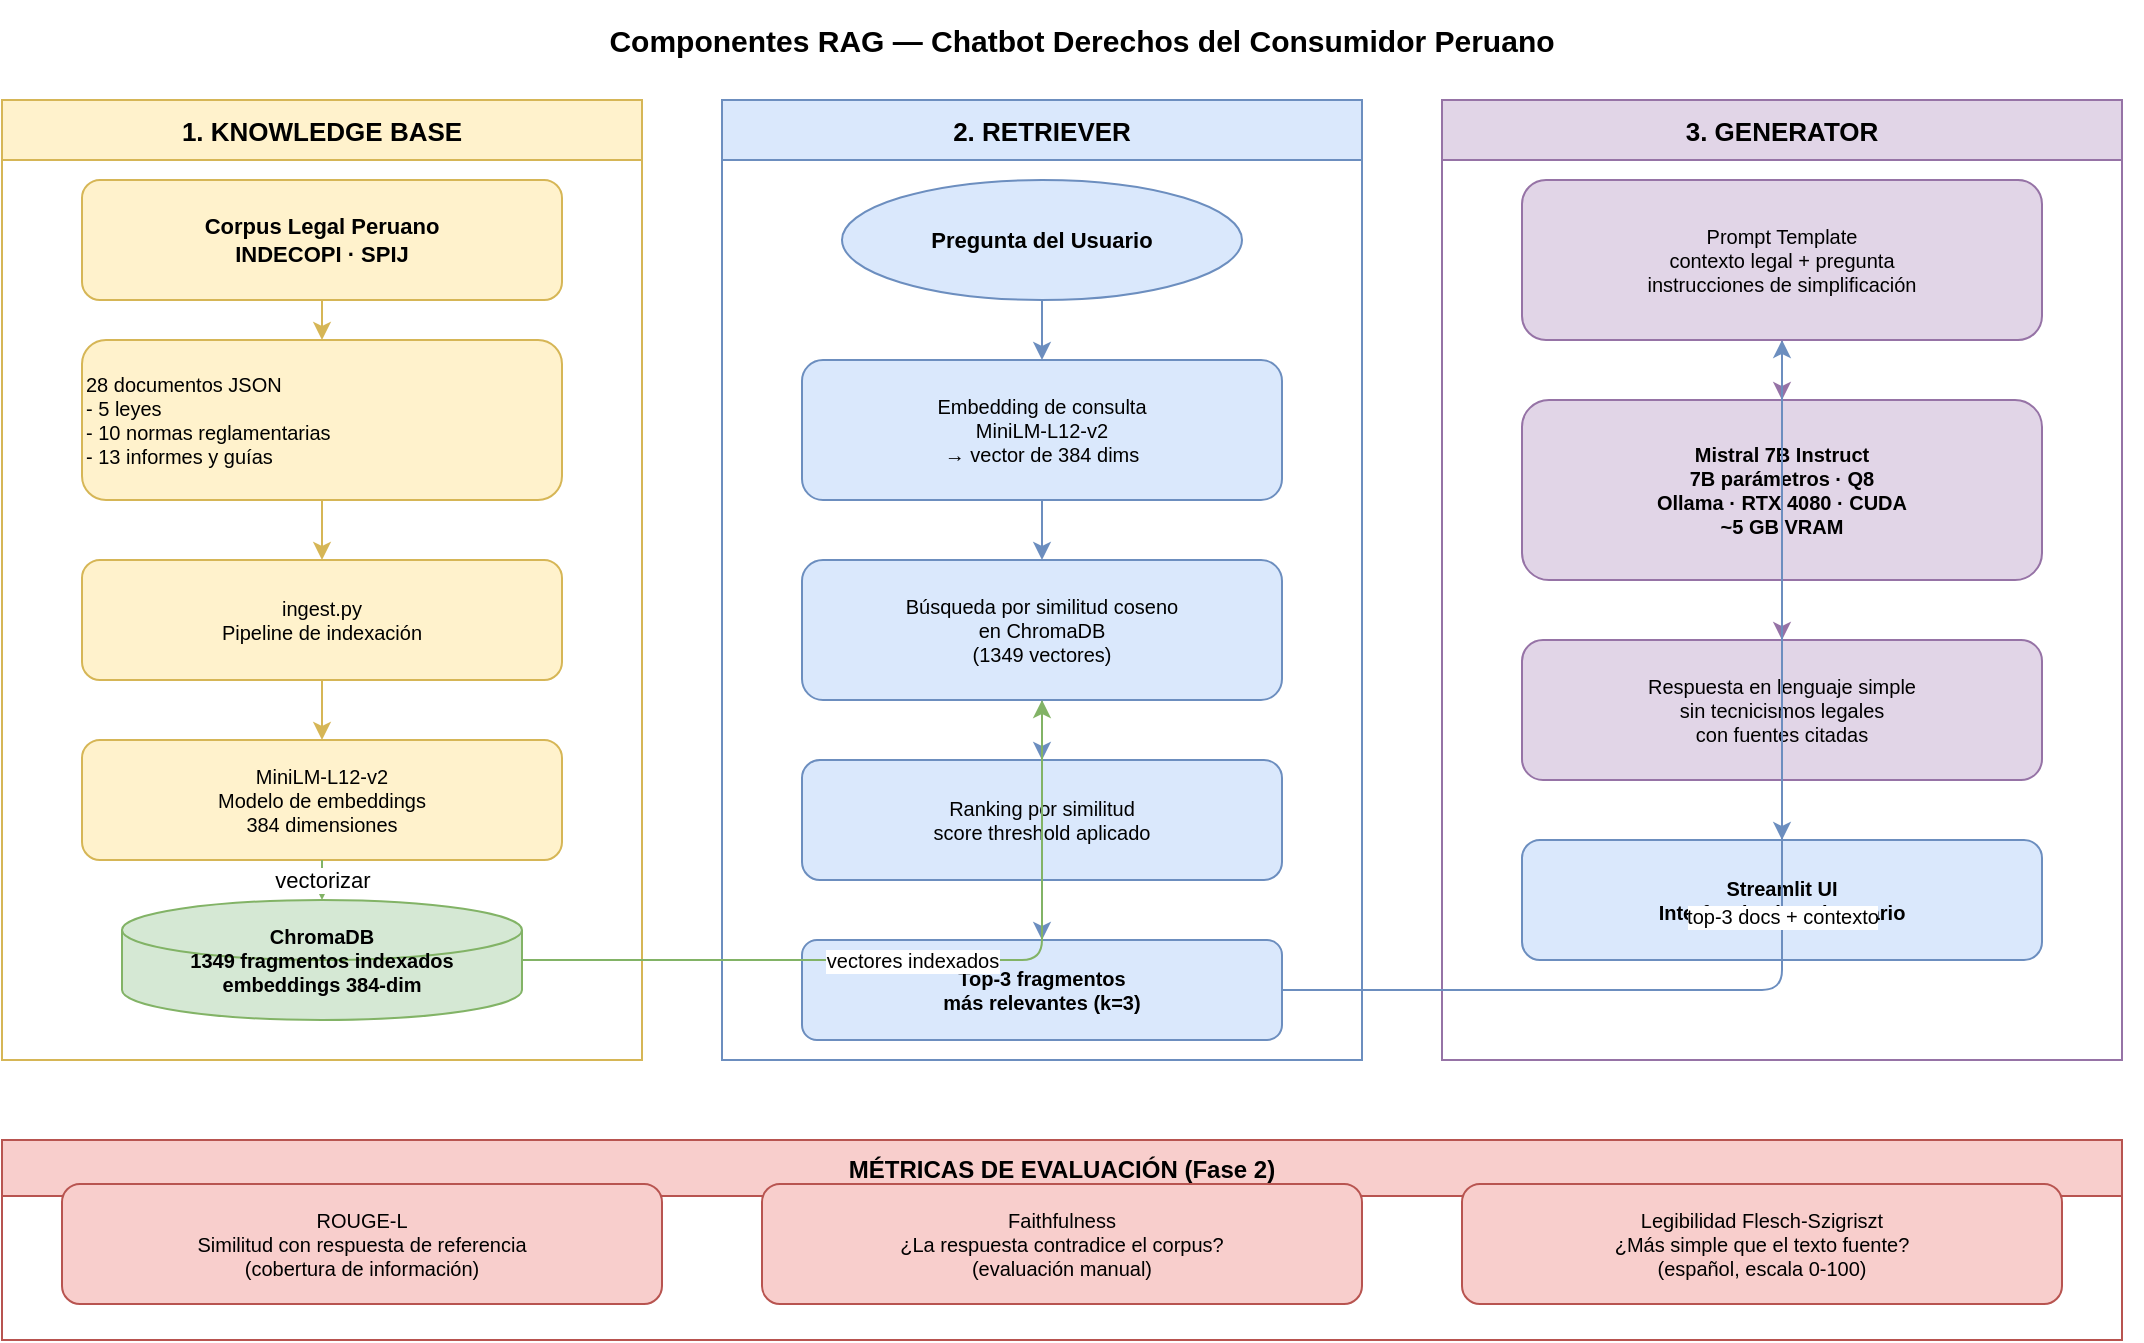
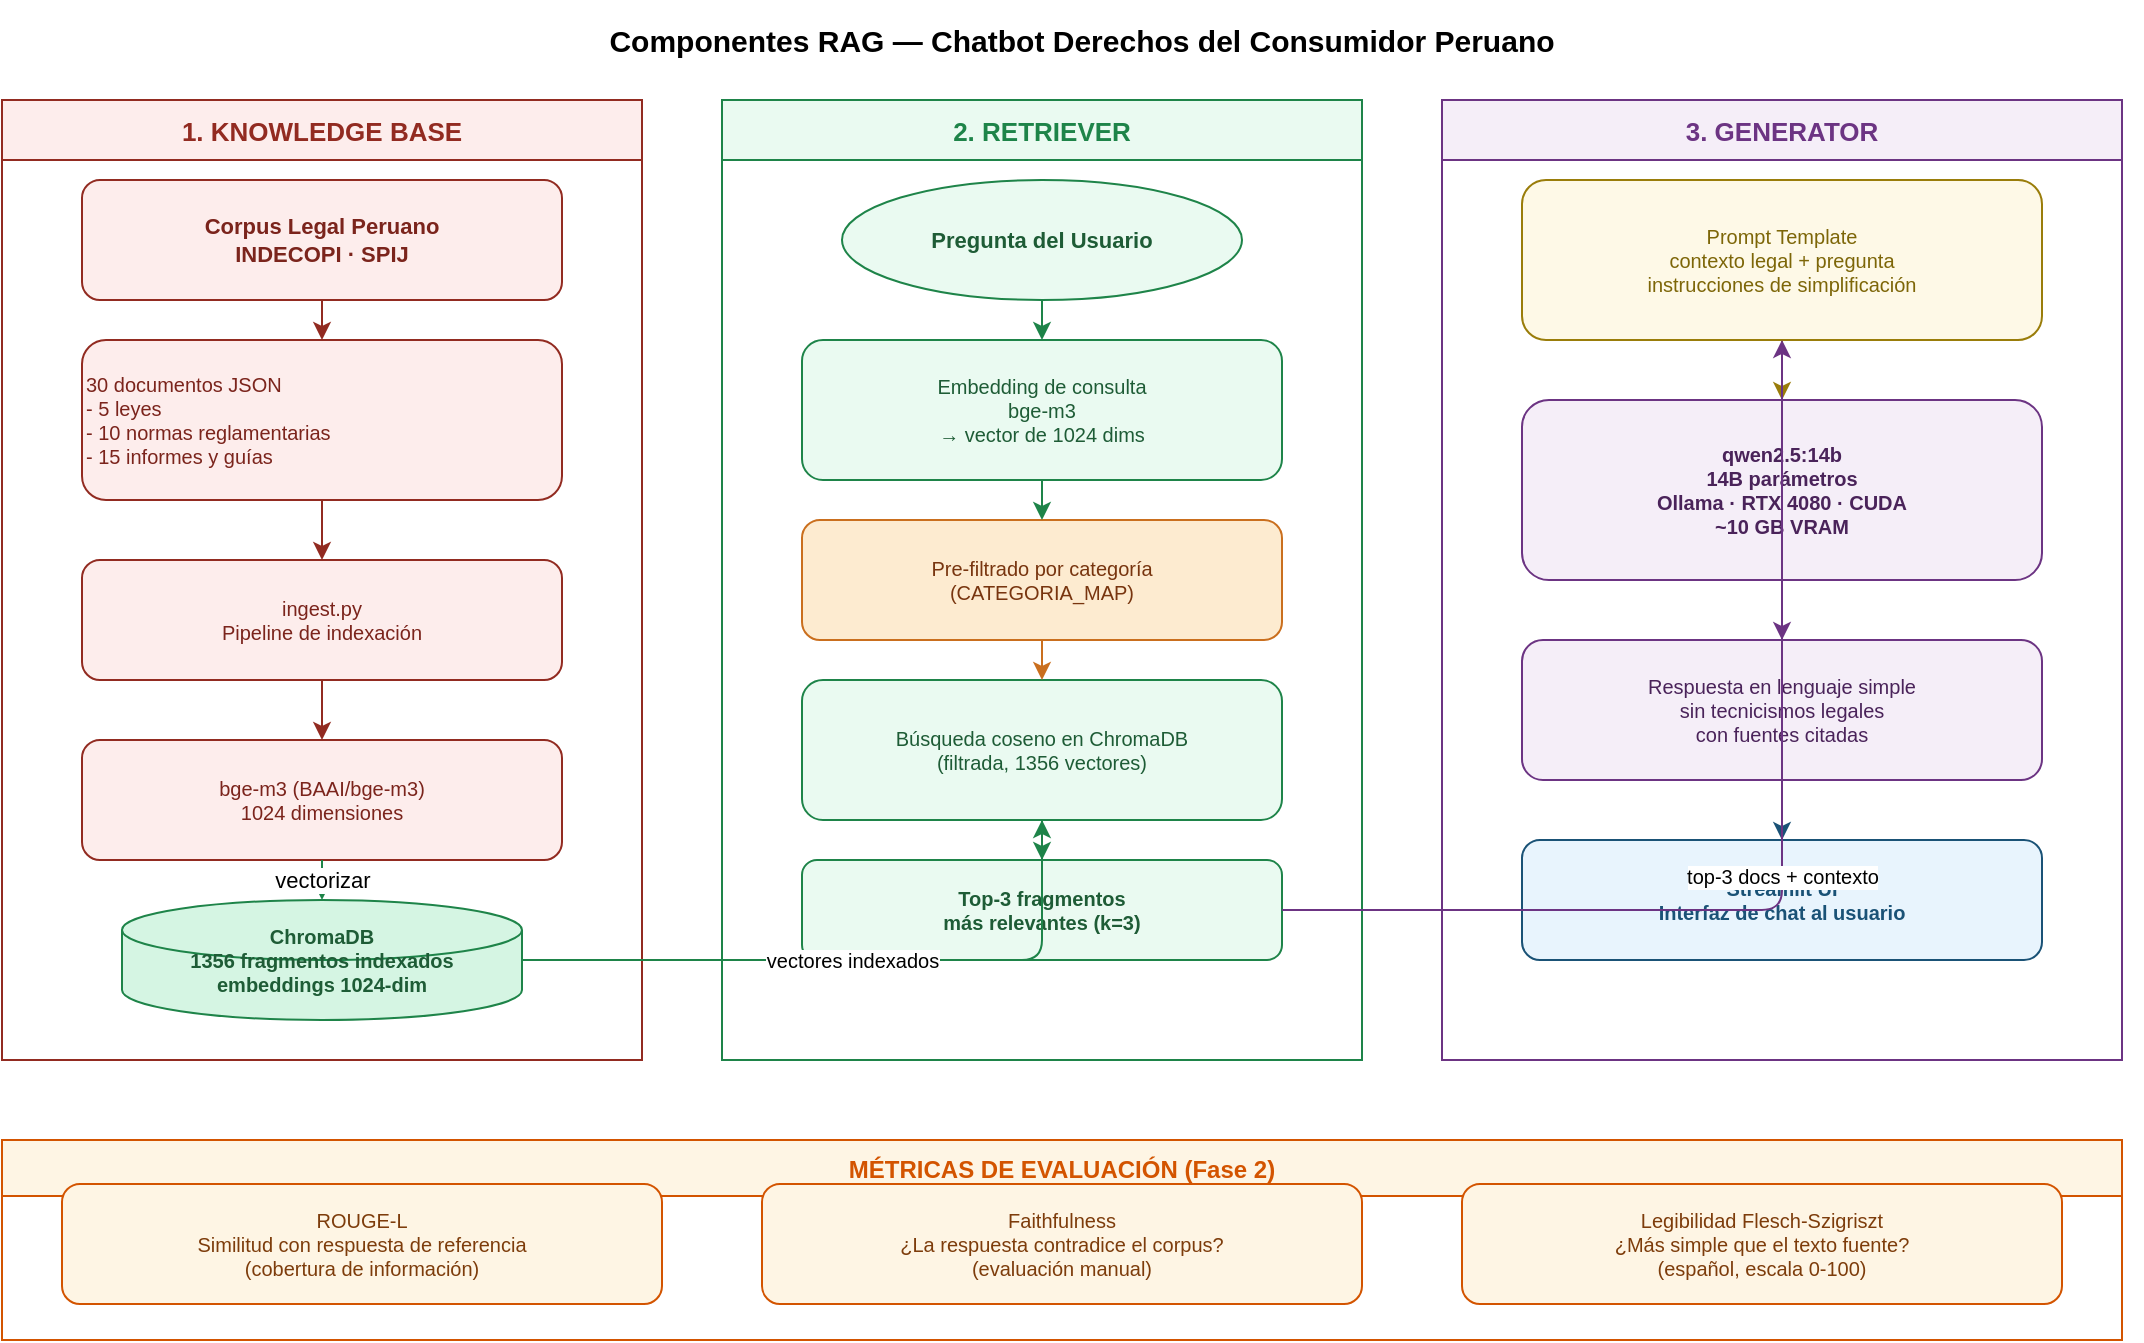
<?xml version="1.0" encoding="UTF-8"?>
<mxfile host="drawio" version="26.0.0">
  <diagram name="Componentes RAG">
    <mxGraphModel dx="1422" dy="762" grid="1" gridSize="10" guides="1" tooltips="1" connect="1" arrows="1" fold="1" page="1" pageScale="1" pageWidth="1169" pageHeight="900" math="0" shadow="0">
      <root>
        <mxCell id="0" />
        <mxCell id="1" parent="0" />

        <mxCell id="2" value="Componentes RAG — Chatbot Derechos del Consumidor Peruano" style="text;html=1;strokeColor=none;fillColor=none;align=center;verticalAlign=middle;whiteSpace=wrap;rounded=0;fontSize=15;fontStyle=1;" vertex="1" parent="1">
          <mxGeometry x="40" y="10" width="1060" height="40" as="geometry" />
        </mxCell>

-         <!-- COMPONENTE 1: KNOWLEDGE BASE -->
-         <mxCell id="3" value="1. KNOWLEDGE BASE" style="swimlane;startSize=30;fillColor=#fff2cc;strokeColor=#d6b656;fontStyle=1;fontSize=13;" vertex="1" parent="1">
+         <!-- COMPONENTE 1: KNOWLEDGE BASE — rojo INDECOPI -->
+         <mxCell id="3" value="1. KNOWLEDGE BASE" style="swimlane;startSize=30;fillColor=#fdedec;strokeColor=#922b21;fontStyle=1;fontSize=13;fontColor=#922b21;" vertex="1" parent="1">
          <mxGeometry x="30" y="60" width="320" height="480" as="geometry" />
        </mxCell>

-         <mxCell id="4" value="Corpus Legal Peruano&#xa;INDECOPI · SPIJ" style="rounded=1;whiteSpace=wrap;html=1;fillColor=#fff2cc;strokeColor=#d6b656;fontStyle=1;fontSize=11;" vertex="1" parent="3">
+         <mxCell id="4" value="Corpus Legal Peruano&#xa;INDECOPI · SPIJ" style="rounded=1;whiteSpace=wrap;html=1;fillColor=#fdedec;strokeColor=#922b21;fontStyle=1;fontSize=11;fontColor=#7b241c;" vertex="1" parent="3">
          <mxGeometry x="40" y="40" width="240" height="60" as="geometry" />
        </mxCell>

-         <mxCell id="5" value="28 documentos JSON&#xa;- 5 leyes&#xa;- 10 normas reglamentarias&#xa;- 13 informes y guías" style="rounded=1;whiteSpace=wrap;html=1;fillColor=#fff2cc;strokeColor=#d6b656;fontSize=10;align=left;" vertex="1" parent="3">
+         <mxCell id="5" value="30 documentos JSON&#xa;- 5 leyes&#xa;- 10 normas reglamentarias&#xa;- 15 informes y guías" style="rounded=1;whiteSpace=wrap;html=1;fillColor=#fdedec;strokeColor=#922b21;fontSize=10;align=left;fontColor=#7b241c;" vertex="1" parent="3">
          <mxGeometry x="40" y="120" width="240" height="80" as="geometry" />
        </mxCell>

-         <mxCell id="6" value="ingest.py&#xa;Pipeline de indexación" style="rounded=1;whiteSpace=wrap;html=1;fillColor=#fff2cc;strokeColor=#d6b656;fontSize=10;" vertex="1" parent="3">
+         <mxCell id="6" value="ingest.py&#xa;Pipeline de indexación" style="rounded=1;whiteSpace=wrap;html=1;fillColor=#fdedec;strokeColor=#922b21;fontSize=10;fontColor=#7b241c;" vertex="1" parent="3">
          <mxGeometry x="40" y="230" width="240" height="60" as="geometry" />
        </mxCell>

-         <mxCell id="7" value="MiniLM-L12-v2&#xa;Modelo de embeddings&#xa;384 dimensiones" style="rounded=1;whiteSpace=wrap;html=1;fillColor=#fff2cc;strokeColor=#d6b656;fontSize=10;" vertex="1" parent="3">
+         <mxCell id="7" value="bge-m3 (BAAI/bge-m3)&#xa;1024 dimensiones" style="rounded=1;whiteSpace=wrap;html=1;fillColor=#fdedec;strokeColor=#922b21;fontSize=10;fontColor=#7b241c;" vertex="1" parent="3">
          <mxGeometry x="40" y="320" width="240" height="60" as="geometry" />
        </mxCell>

-         <mxCell id="8" value="ChromaDB&#xa;1349 fragmentos indexados&#xa;embeddings 384-dim" style="shape=cylinder3;whiteSpace=wrap;html=1;fillColor=#d5e8d4;strokeColor=#82b366;fontStyle=1;fontSize=10;" vertex="1" parent="3">
+         <!-- KB ChromaDB — verde oscuro -->
+         <mxCell id="8" value="ChromaDB&#xa;1356 fragmentos indexados&#xa;embeddings 1024-dim" style="shape=cylinder3;whiteSpace=wrap;html=1;fillColor=#d5f5e3;strokeColor=#1e8449;fontStyle=1;fontSize=10;fontColor=#1e5c36;" vertex="1" parent="3">
          <mxGeometry x="60" y="400" width="200" height="60" as="geometry" />
        </mxCell>

        <!-- Flechas dentro de KB -->
-         <mxCell id="9" value="" style="edgeStyle=orthogonalEdgeStyle;rounded=1;orthogonalLoop=1;jettySize=auto;html=1;strokeColor=#d6b656;" edge="1" parent="3" source="4" target="5">
+         <mxCell id="9" value="" style="edgeStyle=orthogonalEdgeStyle;rounded=1;orthogonalLoop=1;jettySize=auto;html=1;strokeColor=#922b21;" edge="1" parent="3" source="4" target="5">
          <mxGeometry relative="1" as="geometry" />
        </mxCell>
-         <mxCell id="10" value="" style="edgeStyle=orthogonalEdgeStyle;rounded=1;orthogonalLoop=1;jettySize=auto;html=1;strokeColor=#d6b656;" edge="1" parent="3" source="5" target="6">
+         <mxCell id="10" value="" style="edgeStyle=orthogonalEdgeStyle;rounded=1;orthogonalLoop=1;jettySize=auto;html=1;strokeColor=#922b21;" edge="1" parent="3" source="5" target="6">
          <mxGeometry relative="1" as="geometry" />
        </mxCell>
-         <mxCell id="11" value="" style="edgeStyle=orthogonalEdgeStyle;rounded=1;orthogonalLoop=1;jettySize=auto;html=1;strokeColor=#d6b656;" edge="1" parent="3" source="6" target="7">
+         <mxCell id="11" value="" style="edgeStyle=orthogonalEdgeStyle;rounded=1;orthogonalLoop=1;jettySize=auto;html=1;strokeColor=#922b21;" edge="1" parent="3" source="6" target="7">
          <mxGeometry relative="1" as="geometry" />
        </mxCell>
-         <mxCell id="12" value="vectorizar" style="edgeStyle=orthogonalEdgeStyle;rounded=1;orthogonalLoop=1;jettySize=auto;html=1;strokeColor=#82b366;" edge="1" parent="3" source="7" target="8">
+         <mxCell id="12" value="vectorizar" style="edgeStyle=orthogonalEdgeStyle;rounded=1;orthogonalLoop=1;jettySize=auto;html=1;strokeColor=#1e8449;" edge="1" parent="3" source="7" target="8">
          <mxGeometry relative="1" as="geometry" />
        </mxCell>

-         <!-- COMPONENTE 2: RETRIEVER -->
-         <mxCell id="13" value="2. RETRIEVER" style="swimlane;startSize=30;fillColor=#dae8fc;strokeColor=#6c8ebf;fontStyle=1;fontSize=13;" vertex="1" parent="1">
+         <!-- COMPONENTE 2: RETRIEVER — verde legal -->
+         <mxCell id="13" value="2. RETRIEVER" style="swimlane;startSize=30;fillColor=#eafaf1;strokeColor=#1e8449;fontStyle=1;fontSize=13;fontColor=#1e8449;" vertex="1" parent="1">
          <mxGeometry x="390" y="60" width="320" height="480" as="geometry" />
        </mxCell>

-         <mxCell id="14" value="Pregunta del Usuario" style="ellipse;whiteSpace=wrap;html=1;fillColor=#dae8fc;strokeColor=#6c8ebf;fontStyle=1;fontSize=11;" vertex="1" parent="13">
+         <mxCell id="14" value="Pregunta del Usuario" style="ellipse;whiteSpace=wrap;html=1;fillColor=#eafaf1;strokeColor=#1e8449;fontStyle=1;fontSize=11;fontColor=#1e5c36;" vertex="1" parent="13">
          <mxGeometry x="60" y="40" width="200" height="60" as="geometry" />
        </mxCell>

-         <mxCell id="15" value="Embedding de consulta&#xa;MiniLM-L12-v2&#xa;→ vector de 384 dims" style="rounded=1;whiteSpace=wrap;html=1;fillColor=#dae8fc;strokeColor=#6c8ebf;fontSize=10;" vertex="1" parent="13">
-           <mxGeometry x="40" y="130" width="240" height="70" as="geometry" />
+         <mxCell id="15" value="Embedding de consulta&#xa;bge-m3&#xa;→ vector de 1024 dims" style="rounded=1;whiteSpace=wrap;html=1;fillColor=#eafaf1;strokeColor=#1e8449;fontSize=10;fontColor=#1e5c36;" vertex="1" parent="13">
+           <mxGeometry x="40" y="120" width="240" height="70" as="geometry" />
        </mxCell>

-         <mxCell id="16" value="Búsqueda por similitud coseno&#xa;en ChromaDB&#xa;(1349 vectores)" style="rounded=1;whiteSpace=wrap;html=1;fillColor=#dae8fc;strokeColor=#6c8ebf;fontSize=10;" vertex="1" parent="13">
-           <mxGeometry x="40" y="230" width="240" height="70" as="geometry" />
+         <!-- Pre-filtrado — terracota -->
+         <mxCell id="60" value="Pre-filtrado por categoría&#xa;(CATEGORIA_MAP)" style="rounded=1;whiteSpace=wrap;html=1;fillColor=#fdebd0;strokeColor=#ca6f1e;fontSize=10;fontColor=#78350f;" vertex="1" parent="13">
+           <mxGeometry x="40" y="210" width="240" height="60" as="geometry" />
        </mxCell>

-         <mxCell id="17" value="Ranking por similitud&#xa;score threshold aplicado" style="rounded=1;whiteSpace=wrap;html=1;fillColor=#dae8fc;strokeColor=#6c8ebf;fontSize=10;" vertex="1" parent="13">
-           <mxGeometry x="40" y="330" width="240" height="60" as="geometry" />
+         <mxCell id="16" value="Búsqueda coseno en ChromaDB&#xa;(filtrada, 1356 vectores)" style="rounded=1;whiteSpace=wrap;html=1;fillColor=#eafaf1;strokeColor=#1e8449;fontSize=10;fontColor=#1e5c36;" vertex="1" parent="13">
+           <mxGeometry x="40" y="290" width="240" height="70" as="geometry" />
        </mxCell>

-         <mxCell id="18" value="Top-3 fragmentos&#xa;más relevantes (k=3)" style="rounded=1;whiteSpace=wrap;html=1;fillColor=#dae8fc;strokeColor=#6c8ebf;fontStyle=1;fontSize=10;" vertex="1" parent="13">
-           <mxGeometry x="40" y="420" width="240" height="50" as="geometry" />
+         <mxCell id="18" value="Top-3 fragmentos&#xa;más relevantes (k=3)" style="rounded=1;whiteSpace=wrap;html=1;fillColor=#eafaf1;strokeColor=#1e8449;fontStyle=1;fontSize=10;fontColor=#1e5c36;" vertex="1" parent="13">
+           <mxGeometry x="40" y="380" width="240" height="50" as="geometry" />
        </mxCell>

        <!-- Flechas dentro de Retriever -->
-         <mxCell id="19" value="" style="edgeStyle=orthogonalEdgeStyle;rounded=1;orthogonalLoop=1;jettySize=auto;html=1;strokeColor=#6c8ebf;" edge="1" parent="13" source="14" target="15">
+         <mxCell id="19" value="" style="edgeStyle=orthogonalEdgeStyle;rounded=1;orthogonalLoop=1;jettySize=auto;html=1;strokeColor=#1e8449;" edge="1" parent="13" source="14" target="15">
          <mxGeometry relative="1" as="geometry" />
        </mxCell>
-         <mxCell id="20" value="" style="edgeStyle=orthogonalEdgeStyle;rounded=1;orthogonalLoop=1;jettySize=auto;html=1;strokeColor=#6c8ebf;" edge="1" parent="13" source="15" target="16">
+         <mxCell id="20" value="" style="edgeStyle=orthogonalEdgeStyle;rounded=1;orthogonalLoop=1;jettySize=auto;html=1;strokeColor=#1e8449;" edge="1" parent="13" source="15" target="60">
          <mxGeometry relative="1" as="geometry" />
        </mxCell>
-         <mxCell id="21" value="" style="edgeStyle=orthogonalEdgeStyle;rounded=1;orthogonalLoop=1;jettySize=auto;html=1;strokeColor=#6c8ebf;" edge="1" parent="13" source="16" target="17">
+         <mxCell id="21" value="" style="edgeStyle=orthogonalEdgeStyle;rounded=1;orthogonalLoop=1;jettySize=auto;html=1;strokeColor=#ca6f1e;" edge="1" parent="13" source="60" target="16">
          <mxGeometry relative="1" as="geometry" />
        </mxCell>
-         <mxCell id="22" value="" style="edgeStyle=orthogonalEdgeStyle;rounded=1;orthogonalLoop=1;jettySize=auto;html=1;strokeColor=#6c8ebf;" edge="1" parent="13" source="17" target="18">
+         <mxCell id="22" value="" style="edgeStyle=orthogonalEdgeStyle;rounded=1;orthogonalLoop=1;jettySize=auto;html=1;strokeColor=#1e8449;" edge="1" parent="13" source="16" target="18">
          <mxGeometry relative="1" as="geometry" />
        </mxCell>

-         <!-- COMPONENTE 3: GENERATOR -->
-         <mxCell id="23" value="3. GENERATOR" style="swimlane;startSize=30;fillColor=#e1d5e7;strokeColor=#9673a6;fontStyle=1;fontSize=13;" vertex="1" parent="1">
+         <!-- COMPONENTE 3: GENERATOR — púrpura -->
+         <mxCell id="23" value="3. GENERATOR" style="swimlane;startSize=30;fillColor=#f5eef8;strokeColor=#6c3483;fontStyle=1;fontSize=13;fontColor=#6c3483;" vertex="1" parent="1">
          <mxGeometry x="750" y="60" width="340" height="480" as="geometry" />
        </mxCell>

-         <mxCell id="24" value="Prompt Template&#xa;contexto legal + pregunta&#xa;instrucciones de simplificación" style="rounded=1;whiteSpace=wrap;html=1;fillColor=#e1d5e7;strokeColor=#9673a6;fontSize=10;" vertex="1" parent="23">
+         <!-- Prompt Template — dorado (orquestación) -->
+         <mxCell id="24" value="Prompt Template&#xa;contexto legal + pregunta&#xa;instrucciones de simplificación" style="rounded=1;whiteSpace=wrap;html=1;fillColor=#fef9e7;strokeColor=#9a7d0a;fontSize=10;fontColor=#7d6608;" vertex="1" parent="23">
          <mxGeometry x="40" y="40" width="260" height="80" as="geometry" />
        </mxCell>

-         <mxCell id="25" value="Mistral 7B Instruct&#xa;7B parámetros · Q8&#xa;Ollama · RTX 4080 · CUDA&#xa;~5 GB VRAM" style="rounded=1;whiteSpace=wrap;html=1;fillColor=#e1d5e7;strokeColor=#9673a6;fontStyle=1;fontSize=10;" vertex="1" parent="23">
+         <!-- qwen2.5:14b — púrpura -->
+         <mxCell id="25" value="qwen2.5:14b&#xa;14B parámetros&#xa;Ollama · RTX 4080 · CUDA&#xa;~10 GB VRAM" style="rounded=1;whiteSpace=wrap;html=1;fillColor=#f5eef8;strokeColor=#6c3483;fontStyle=1;fontSize=10;fontColor=#4a235a;" vertex="1" parent="23">
          <mxGeometry x="40" y="150" width="260" height="90" as="geometry" />
        </mxCell>

-         <mxCell id="26" value="Respuesta en lenguaje simple&#xa;sin tecnicismos legales&#xa;con fuentes citadas" style="rounded=1;whiteSpace=wrap;html=1;fillColor=#e1d5e7;strokeColor=#9673a6;fontSize=10;" vertex="1" parent="23">
+         <mxCell id="26" value="Respuesta en lenguaje simple&#xa;sin tecnicismos legales&#xa;con fuentes citadas" style="rounded=1;whiteSpace=wrap;html=1;fillColor=#f5eef8;strokeColor=#6c3483;fontSize=10;fontColor=#4a235a;" vertex="1" parent="23">
          <mxGeometry x="40" y="270" width="260" height="70" as="geometry" />
        </mxCell>

-         <mxCell id="27" value="Streamlit UI&#xa;Interfaz de chat al usuario" style="rounded=1;whiteSpace=wrap;html=1;fillColor=#dae8fc;strokeColor=#6c8ebf;fontStyle=1;fontSize=10;" vertex="1" parent="23">
+         <!-- Streamlit en Generator — azul profundo -->
+         <mxCell id="27" value="Streamlit UI&#xa;Interfaz de chat al usuario" style="rounded=1;whiteSpace=wrap;html=1;fillColor=#e8f4fd;strokeColor=#1a5276;fontStyle=1;fontSize=10;fontColor=#1a5276;" vertex="1" parent="23">
          <mxGeometry x="40" y="370" width="260" height="60" as="geometry" />
        </mxCell>

        <!-- Flechas dentro de Generator -->
-         <mxCell id="28" value="" style="edgeStyle=orthogonalEdgeStyle;rounded=1;orthogonalLoop=1;jettySize=auto;html=1;strokeColor=#9673a6;" edge="1" parent="23" source="24" target="25">
+         <mxCell id="28" value="" style="edgeStyle=orthogonalEdgeStyle;rounded=1;orthogonalLoop=1;jettySize=auto;html=1;strokeColor=#9a7d0a;" edge="1" parent="23" source="24" target="25">
          <mxGeometry relative="1" as="geometry" />
        </mxCell>
-         <mxCell id="29" value="" style="edgeStyle=orthogonalEdgeStyle;rounded=1;orthogonalLoop=1;jettySize=auto;html=1;strokeColor=#9673a6;" edge="1" parent="23" source="25" target="26">
+         <mxCell id="29" value="" style="edgeStyle=orthogonalEdgeStyle;rounded=1;orthogonalLoop=1;jettySize=auto;html=1;strokeColor=#6c3483;" edge="1" parent="23" source="25" target="26">
          <mxGeometry relative="1" as="geometry" />
        </mxCell>
-         <mxCell id="30" value="" style="edgeStyle=orthogonalEdgeStyle;rounded=1;orthogonalLoop=1;jettySize=auto;html=1;strokeColor=#6c8ebf;" edge="1" parent="23" source="26" target="27">
+         <mxCell id="30" value="" style="edgeStyle=orthogonalEdgeStyle;rounded=1;orthogonalLoop=1;jettySize=auto;html=1;strokeColor=#1a5276;" edge="1" parent="23" source="26" target="27">
          <mxGeometry relative="1" as="geometry" />
        </mxCell>

        <!-- FLECHAS entre componentes -->
-         <mxCell id="40" value="vectores indexados" style="edgeStyle=orthogonalEdgeStyle;rounded=1;orthogonalLoop=1;jettySize=auto;html=1;strokeColor=#82b366;fontStyle=0;fontSize=10;" edge="1" parent="1" source="8" target="16">
+         <mxCell id="40" value="vectores indexados" style="edgeStyle=orthogonalEdgeStyle;rounded=1;orthogonalLoop=1;jettySize=auto;html=1;strokeColor=#1e8449;fontStyle=0;fontSize=10;" edge="1" parent="1" source="8" target="16">
          <mxGeometry relative="1" as="geometry" />
        </mxCell>
-         <mxCell id="41" value="top-3 docs + contexto" style="edgeStyle=orthogonalEdgeStyle;rounded=1;orthogonalLoop=1;jettySize=auto;html=1;strokeColor=#6c8ebf;fontSize=10;" edge="1" parent="1" source="18" target="24">
+         <mxCell id="41" value="top-3 docs + contexto" style="edgeStyle=orthogonalEdgeStyle;rounded=1;orthogonalLoop=1;jettySize=auto;html=1;strokeColor=#6c3483;fontSize=10;" edge="1" parent="1" source="18" target="24">
          <mxGeometry relative="1" as="geometry" />
        </mxCell>

-         <!-- MÉTRICAS DE EVALUACIÓN -->
-         <mxCell id="50" value="MÉTRICAS DE EVALUACIÓN (Fase 2)" style="swimlane;startSize=28;fillColor=#f8cecc;strokeColor=#b85450;fontStyle=1;fontSize=12;" vertex="1" parent="1">
+         <!-- MÉTRICAS DE EVALUACIÓN — naranja ladrillo -->
+         <mxCell id="50" value="MÉTRICAS DE EVALUACIÓN (Fase 2)" style="swimlane;startSize=28;fillColor=#fef5e4;strokeColor=#d35400;fontStyle=1;fontSize=12;fontColor=#d35400;" vertex="1" parent="1">
          <mxGeometry x="30" y="580" width="1060" height="100" as="geometry" />
        </mxCell>

-         <mxCell id="51" value="ROUGE-L&#xa;Similitud con respuesta de referencia&#xa;(cobertura de información)" style="rounded=1;whiteSpace=wrap;html=1;fillColor=#f8cecc;strokeColor=#b85450;fontSize=10;" vertex="1" parent="50">
+         <mxCell id="51" value="ROUGE-L&#xa;Similitud con respuesta de referencia&#xa;(cobertura de información)" style="rounded=1;whiteSpace=wrap;html=1;fillColor=#fef5e4;strokeColor=#d35400;fontSize=10;fontColor=#7d3c0b;" vertex="1" parent="50">
          <mxGeometry x="30" y="22" width="300" height="60" as="geometry" />
        </mxCell>
-         <mxCell id="52" value="Faithfulness&#xa;¿La respuesta contradice el corpus?&#xa;(evaluación manual)" style="rounded=1;whiteSpace=wrap;html=1;fillColor=#f8cecc;strokeColor=#b85450;fontSize=10;" vertex="1" parent="50">
+         <mxCell id="52" value="Faithfulness&#xa;¿La respuesta contradice el corpus?&#xa;(evaluación manual)" style="rounded=1;whiteSpace=wrap;html=1;fillColor=#fef5e4;strokeColor=#d35400;fontSize=10;fontColor=#7d3c0b;" vertex="1" parent="50">
          <mxGeometry x="380" y="22" width="300" height="60" as="geometry" />
        </mxCell>
-         <mxCell id="53" value="Legibilidad Flesch-Szigriszt&#xa;¿Más simple que el texto fuente?&#xa;(español, escala 0-100)" style="rounded=1;whiteSpace=wrap;html=1;fillColor=#f8cecc;strokeColor=#b85450;fontSize=10;" vertex="1" parent="50">
+         <mxCell id="53" value="Legibilidad Flesch-Szigriszt&#xa;¿Más simple que el texto fuente?&#xa;(español, escala 0-100)" style="rounded=1;whiteSpace=wrap;html=1;fillColor=#fef5e4;strokeColor=#d35400;fontSize=10;fontColor=#7d3c0b;" vertex="1" parent="50">
          <mxGeometry x="730" y="22" width="300" height="60" as="geometry" />
        </mxCell>

      </root>
    </mxGraphModel>
  </diagram>
</mxfile>
